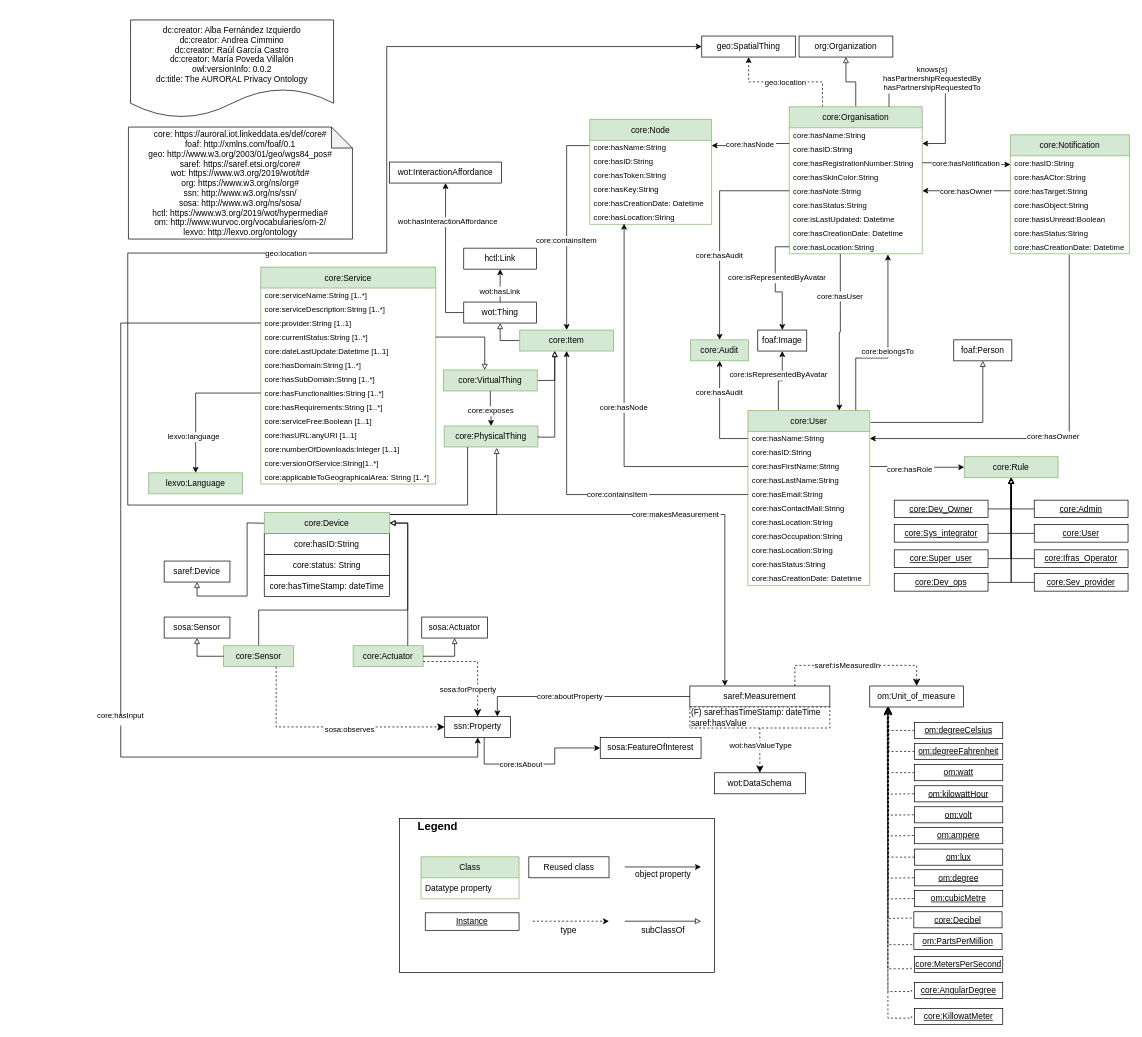
Above: page "V2" (1 of 2) of diagrams/core.drawio in oeg-upm/auroral-core-ontology (draw.io), before the change. Source tidied: cells renumbered, new cells numbered last; positions are measured from the earlier drawing's top-left corner, leaving out a move shared by most shapes. Both pictures are drawn from the tidied source at 70%, with x=0, y=0 at pixel (120, 20).
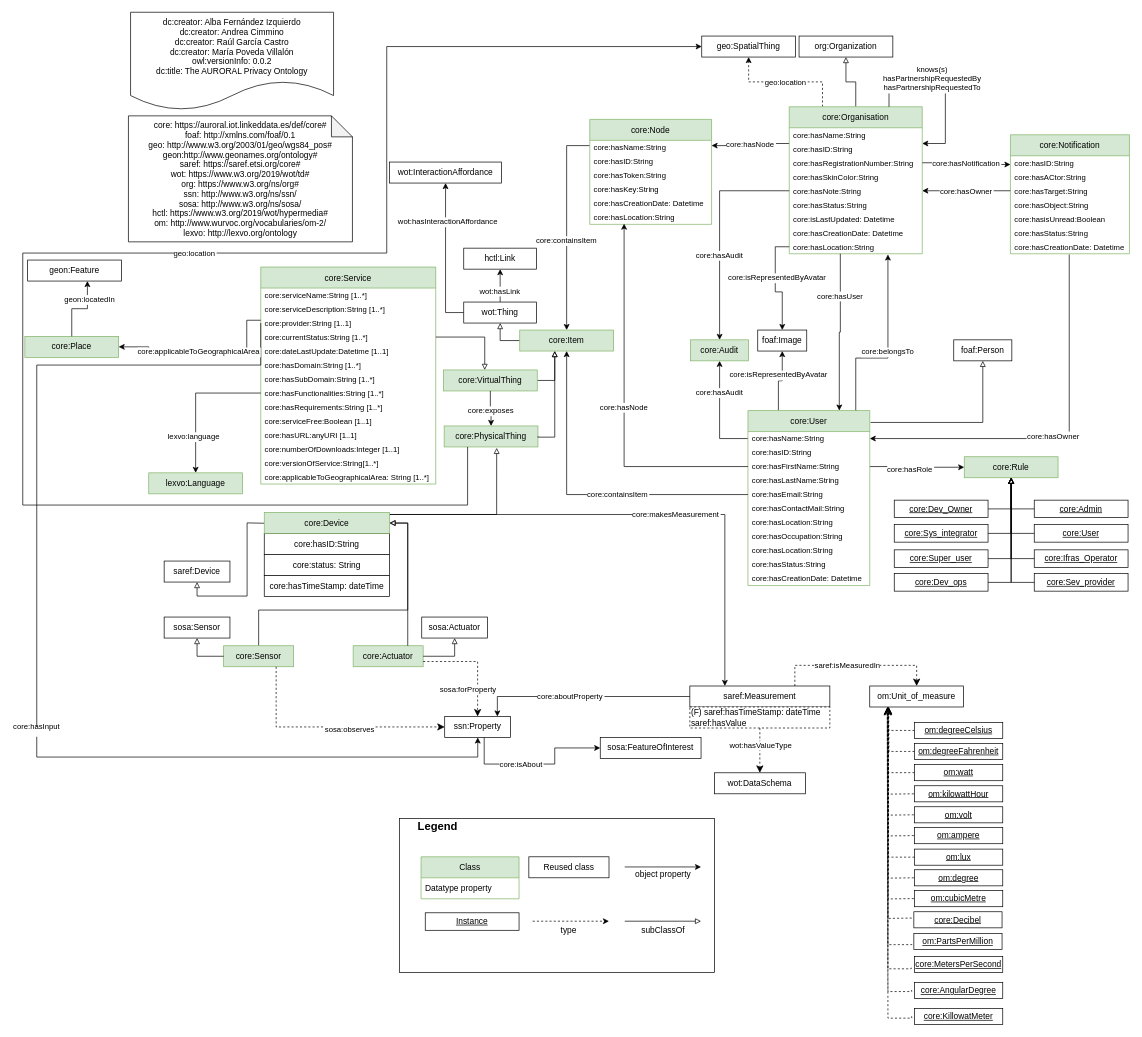
After the change.

The change refers to these unchanged cells:
```xml
<mxCell id="47" value="geo:SpatialThing" style="rounded=0;whiteSpace=wrap;html=1;" parent="1" vertex="1">
  <mxGeometry x="830" y="23" width="134" height="30" as="geometry" />
</mxCell>
<mxCell id="114" value="ssn:Property" style="rounded=0;whiteSpace=wrap;html=1;points=[[0.1,0],[0.2,0],[0.3,0],[0.4,0],[0.5,0],[0.6,0],[0.7,0],[0.8,0],[0.9,0],[0,0.1],[0,0.3],[0,0.5],[0,0.7],[0,0.9],[0.1,1],[0.2,1],[0.3,1],[0.4,1],[0.5,1],[0.6,1],[0.7,1],[0.8,1],[0.9,1],[1,0.1],[1,0.3],[1,0.5],[1,0.7],[1,0.9]];" parent="1" vertex="1">
  <mxGeometry x="462.8" y="995" width="94" height="30" as="geometry" />
</mxCell>
<mxCell id="160" value="core:provider:String [1..1]" style="text;strokeColor=none;fillColor=none;align=left;verticalAlign=middle;spacingLeft=4;spacingRight=4;overflow=hidden;points=[[0,0.5],[1,0.5]];portConstraint=eastwest;fontSize=11;" parent="157" vertex="1">
  <mxGeometry y="70" width="250" height="20" as="geometry" />
</mxCell>
<mxCell id="173" value="core:PhysicalThing" style="rounded=0;whiteSpace=wrap;html=1;fillColor=#d5e8d4;strokeColor=#82b366;" parent="1" vertex="1">
  <mxGeometry x="462" y="580" width="134" height="30" as="geometry" />
</mxCell>
```

The edit, as a diff of the source:
```diff
@@
     <mxCell id="4" value="dc:creator: Alba Fernández Izquierdo&#10;dc:creator: Andrea Cimmino&#10;dc:creator: Raúl García Castro&#10;dc:creator: María Poveda Villalón&#10;owl:versionInfo: 0.0.2&#10;dc:title: The AURORAL Privacy Ontology" style="shape=document;boundedLbl=1;" parent="1" vertex="1">
-      <mxGeometry x="14" width="290" height="140" as="geometry" />
+      <mxGeometry x="14" y="-11" width="290" height="140" as="geometry" />
     </mxCell>
-    <mxCell id="5" value="core: https://auroral.iot.linkeddata.es/def/core#&#10;foaf: http://xmlns.com/foaf/0.1&#10;geo: http://www.w3.org/2003/01/geo/wgs84_pos#&#10;saref: https://saref.etsi.org/core#&#10;wot: https://www.w3.org/2019/wot/td#&#10;org: https://www.w3.org/ns/org#&#10;ssn: http://www.w3.org/ns/ssn/&#10;sosa: http://www.w3.org/ns/sosa/&#10;hctl: https://www.w3.org/2019/wot/hypermedia#&#10;om: http://www.wurvoc.org/vocabularies/om-2/&#10;lexvo: http://lexvo.org/ontology" style="shape=note;backgroundOutline=1;darkOpacity=0.05;" parent="1" vertex="1">
-      <mxGeometry x="11" y="153" width="320" height="160" as="geometry" />
+    <mxCell id="5" value="core: https://auroral.iot.linkeddata.es/def/core#&#10;foaf: http://xmlns.com/foaf/0.1&#10;geo: http://www.w3.org/2003/01/geo/wgs84_pos#&#10;geon:http://www.geonames.org/ontology#&#10;saref: https://saref.etsi.org/core#&#10;wot: https://www.w3.org/2019/wot/td#&#10;org: https://www.w3.org/ns/org#&#10;ssn: http://www.w3.org/ns/ssn/&#10;sosa: http://www.w3.org/ns/sosa/&#10;hctl: https://www.w3.org/2019/wot/hypermedia#&#10;om: http://www.wurvoc.org/vocabularies/om-2/&#10;lexvo: http://lexvo.org/ontology" style="shape=note;backgroundOutline=1;darkOpacity=0.05;" parent="1" vertex="1">
+      <mxGeometry x="11" y="137" width="320" height="180" as="geometry" />
     </mxCell>
@@
     <mxCell id="178" value="core:hasInput&#10;" style="edgeStyle=orthogonalEdgeStyle;rounded=0;jettySize=auto;exitX=0;exitY=0.5;exitDx=0;exitDy=0;fontSize=11;endArrow=classic;endFill=1;" parent="1" edge="1" source="160" target="114">
       <mxGeometry x="0.13" relative="1" as="geometry">
         <Array as="points">
-          <mxPoint y="433" />
-          <mxPoint y="1053" />
+          <mxPoint x="200" y="493" />
+          <mxPoint x="-120" y="493" />
+          <mxPoint x="-120" y="1053" />
           <mxPoint x="510" y="1053" />
         </Array>
       </mxGeometry>
     </mxCell>
@@
     <mxCell id="182" value="geo:location" style="edgeStyle=orthogonalEdgeStyle;rounded=0;jettySize=auto;fontSize=11;endArrow=classic;endFill=1;exitX=0.25;exitY=1;exitDx=0;exitDy=0;entryX=0;entryY=0.5;entryDx=0;entryDy=0;" parent="1" edge="1" source="173" target="47">
       <mxGeometry x="0.13" relative="1" as="geometry">
         <Array as="points">
           <mxPoint x="496" y="693" />
-          <mxPoint x="10" y="693" />
-          <mxPoint x="10" y="333" />
+          <mxPoint x="-140" y="693" />
+          <mxPoint x="-140" y="333" />
           <mxPoint x="380" y="333" />
           <mxPoint x="380" y="38" />
         </Array>
       </mxGeometry>
     </mxCell>
@@
+    <mxCell id="189" value="core:Place" style="rounded=0;whiteSpace=wrap;html=1;fillColor=#d5e8d4;strokeColor=#82b366;" parent="1" vertex="1">
+      <mxGeometry x="-137" y="452" width="134" height="30" as="geometry" />
+    </mxCell>
+    <mxCell id="190" value="geon:Feature" style="rounded=0;whiteSpace=wrap;html=1;" parent="1" vertex="1">
+      <mxGeometry x="-133" y="343" width="134" height="30" as="geometry" />
+    </mxCell>
+    <mxCell id="191" style="edgeStyle=orthogonalEdgeStyle;rounded=0;jettySize=auto;html=1;fontSize=11;endArrow=classic;endFill=1;entryX=1;entryY=0.5;entryDx=0;entryDy=0;" parent="1" edge="1" target="189">
+      <mxGeometry relative="1" as="geometry">
+        <mxPoint x="200" y="429" as="sourcePoint" />
+        <Array as="points">
+          <mxPoint x="180" y="429" />
+          <mxPoint x="180" y="473" />
+          <mxPoint x="40" y="473" />
+          <mxPoint x="40" y="467" />
+        </Array>
+      </mxGeometry>
+    </mxCell>
+    <mxCell id="192" value="core:applicableToGeographicalArea" style="edgeLabel;align=center;verticalAlign=middle;fontSize=11;" parent="191" vertex="1">
+      <mxGeometry x="0.49" y="-3" relative="1" as="geometry">
+        <mxPoint x="55" y="3" as="offset" />
+      </mxGeometry>
+    </mxCell>
+    <mxCell id="193" style="edgeStyle=orthogonalEdgeStyle;rounded=0;jettySize=auto;html=1;entryX=0.637;entryY=1;entryDx=0;entryDy=0;fontSize=11;endArrow=classic;endFill=1;entryPerimeter=0;" parent="1" edge="1" source="189" target="190">
+      <mxGeometry relative="1" as="geometry" />
+    </mxCell>
+    <mxCell id="194" value="geon:locatedIn" style="edgeLabel;align=center;verticalAlign=middle;fontSize=11;" parent="193" vertex="1">
+      <mxGeometry x="0.49" y="-3" relative="1" as="geometry" />
+    </mxCell>
```
